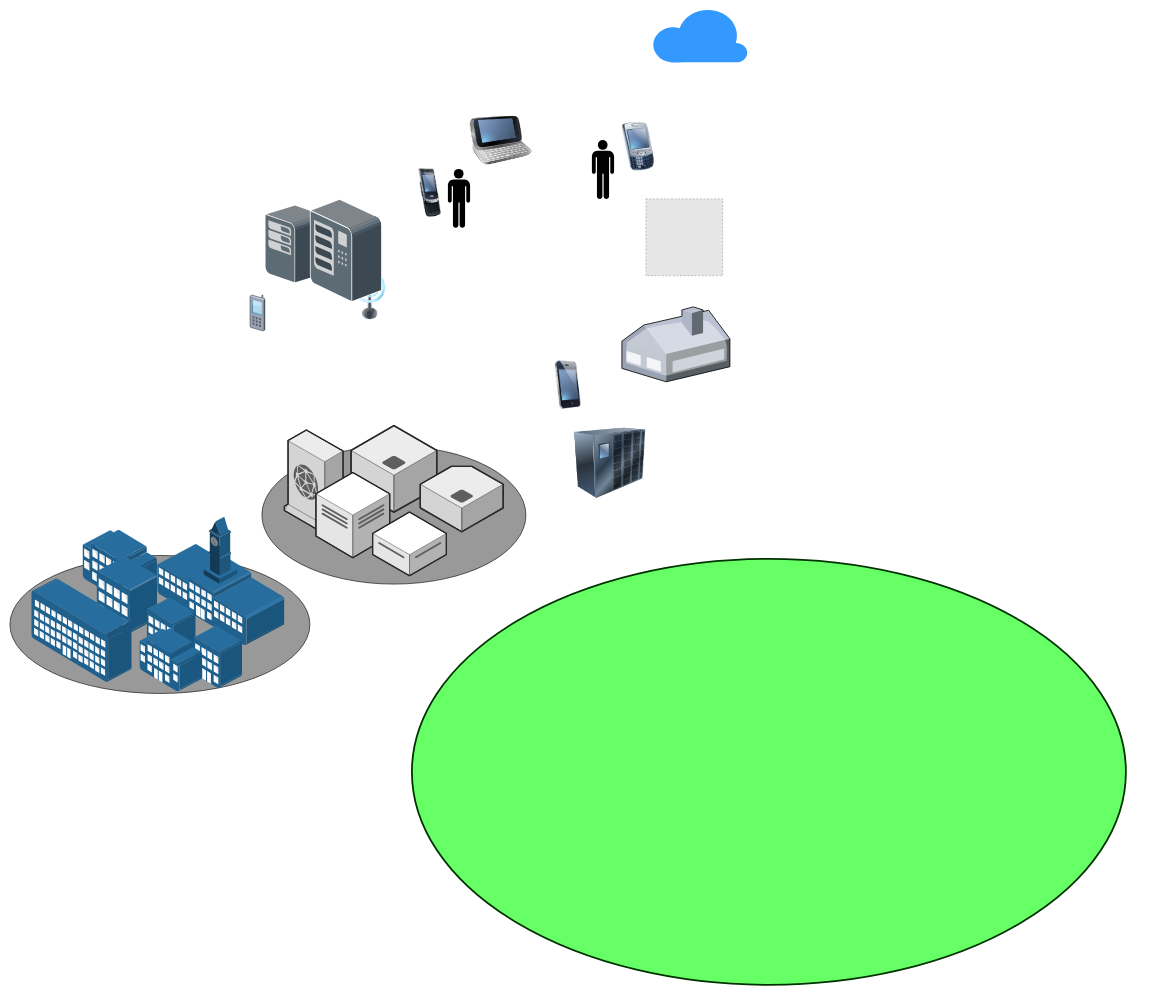
Above: 背景图1.drawio in awhitedog/figure (draw.io), before the change. Source tidied: cells renumbered, new cells numbered last; positions are measured from the earlier drawing's top-left corner, leaving out a move shared by most shapes. Both pictures are drawn from the tidied source at 60%, with x=0, y=0 at pixel (10, 7). Pictures stored in the file or linked from it are replaced by grey dashed boxes.
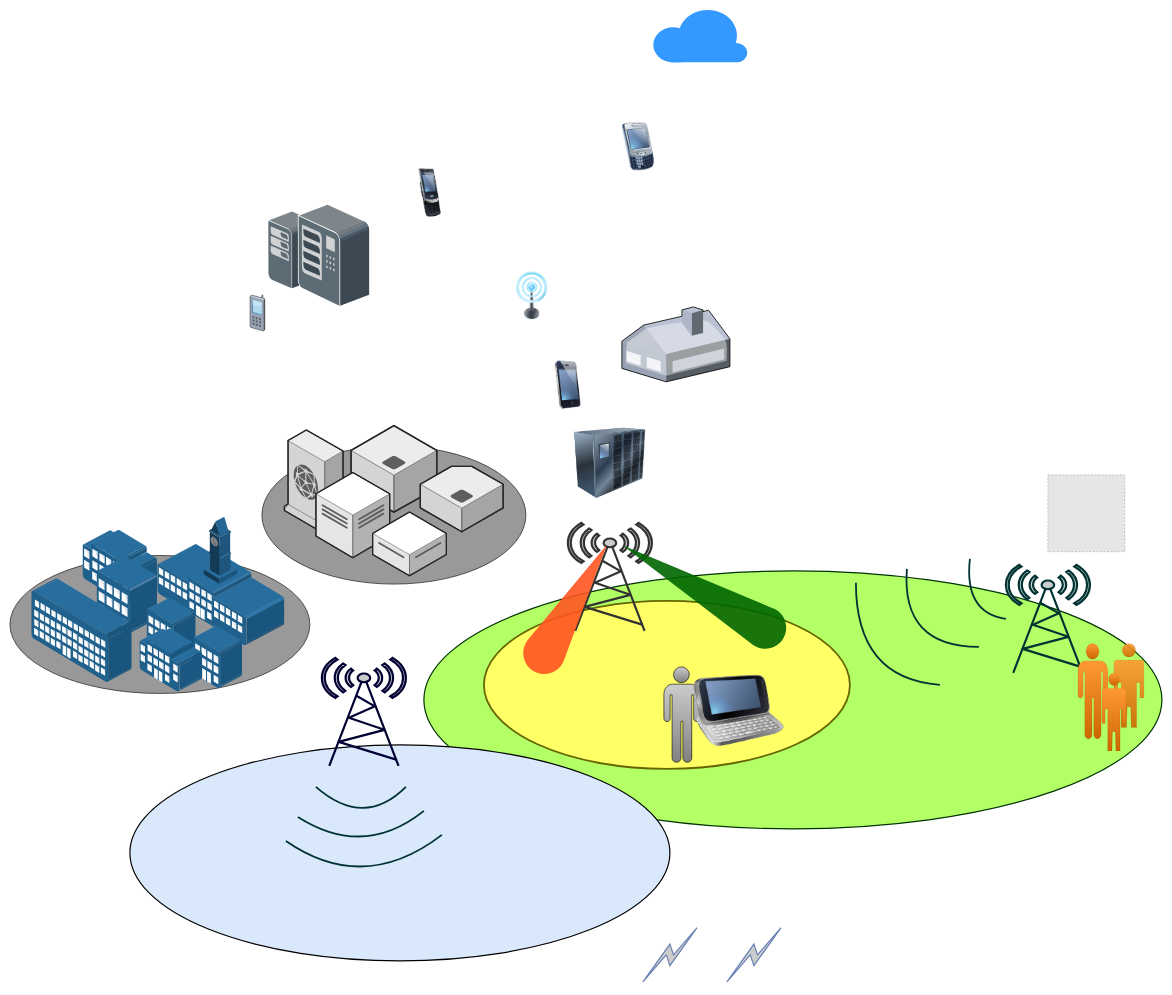
The same page after the edit.

The edit, as a diff of the source:
```diff
@@
-    <mxCell id="3" style="verticalLabelPosition=bottom;sketch=0;html=1;verticalAlign=top;strokeColor=none;align=center;shape=mxgraph.citrix.home_office;rounded=1;" parent="1" vertex="1">
+    <mxCell id="3" style="verticalLabelPosition=bottom;html=1;verticalAlign=top;strokeColor=none;align=center;shape=mxgraph.citrix.home_office;rounded=1;" parent="1" vertex="1">
       <mxGeometry x="1020" y="500" width="180" height="124.9" as="geometry" />
     </mxCell>
-    <mxCell id="4" style="fillColor=#E6E6E6;strokeColor=#999999;dashed=1;html=1;verticalAlign=top;verticalLabelPosition=bottom;labelBackgroundColor=#ffffff;" parent="1" vertex="1">
-      <mxGeometry x="1060" y="320" width="128" height="128" as="geometry" />
-    </mxCell>
-    <mxCell id="5" style="verticalLabelPosition=bottom;sketch=0;html=1;verticalAlign=top;strokeColor=none;align=center;shape=mxgraph.citrix.cell_phone;rounded=1;" parent="1" vertex="1">
+    <mxCell id="5" style="verticalLabelPosition=bottom;html=1;verticalAlign=top;strokeColor=none;align=center;shape=mxgraph.citrix.cell_phone;rounded=1;" parent="1" vertex="1">
       <mxGeometry x="400" y="480" width="25" height="60" as="geometry" />
     </mxCell>
@@
     <mxCell id="7" style="image;html=1;image=img/lib/clip_art/telecommunication/Signal_tower_on_128x128.png;rounded=1;" parent="1" vertex="1">
-      <mxGeometry x="560" y="440.8" width="80" height="80" as="geometry" />
+      <mxGeometry x="830" y="440.8" width="80" height="80" as="geometry" />
     </mxCell>
     <mxCell id="8" style="shadow=0;dashed=0;html=1;labelPosition=center;verticalLabelPosition=bottom;verticalAlign=top;align=center;shape=mxgraph.veeam.3d.esx_esxi;rounded=1;" parent="1" vertex="1">
-      <mxGeometry x="425" y="330" width="100" height="130" as="geometry" />
+      <mxGeometry x="430" y="340" width="80" height="130" as="geometry" />
     </mxCell>
     <mxCell id="9" style="shadow=0;dashed=0;html=1;labelPosition=center;verticalLabelPosition=bottom;verticalAlign=top;align=center;shape=mxgraph.veeam.3d.tape_library;rounded=1;" parent="1" vertex="1">
-      <mxGeometry x="500" y="320" width="120" height="172" as="geometry" />
+      <mxGeometry x="480" y="328" width="120" height="172" as="geometry" />
     </mxCell>
-    <mxCell id="10" style="shape=mxgraph.signs.people.man_1;html=1;fillColor=#000000;strokeColor=none;verticalLabelPosition=bottom;verticalAlign=top;align=center;rounded=1;" parent="1" vertex="1">
-      <mxGeometry x="730" y="270" width="37" height="98" as="geometry" />
-    </mxCell>
-    <mxCell id="11" style="shape=mxgraph.signs.people.man_1;html=1;fillColor=#000000;strokeColor=none;verticalLabelPosition=bottom;verticalAlign=top;align=center;rounded=1;" parent="1" vertex="1">
-      <mxGeometry x="970" y="222" width="37" height="98" as="geometry" />
-    </mxCell>
@@
-    <mxCell id="15" style="image;html=1;image=img/lib/clip_art/telecommunication/HTC_smartphone_128x128.png;fillColor=#3333FF;rounded=1;" parent="1" vertex="1">
-      <mxGeometry x="767" y="174.3" width="103" height="95.7" as="geometry" />
-    </mxCell>
@@
+    <mxCell id="31" style="html=1;outlineConnect=0;fillColor=#CCCCCC;strokeColor=#6881B3;gradientColor=none;gradientDirection=north;strokeWidth=2;shape=mxgraph.networks.comm_link_edge;html=1;rounded=1;" parent="1" edge="1">
+      <mxGeometry relative="1" as="geometry">
+        <mxPoint x="1190" y="1630" as="sourcePoint" />
+        <mxPoint x="1290" y="1530" as="targetPoint" />
+      </mxGeometry>
+    </mxCell>
+    <mxCell id="32" style="group;" parent="1" vertex="1">
+      <mxGeometry x="790" y="860" width="1190" height="590" as="geometry" />
+    </mxCell>
+    <mxCell id="33" style="ellipse;whiteSpace=wrap;html=1;rounded=1;strokeColor=#003300;strokeWidth=2;fillColor=#B3FF66;gradientColor=none;gradientDirection=south;" parent="32" vertex="1">
+      <mxGeometry x="-100" y="80" width="1230" height="430" as="geometry" />
+    </mxCell>
-    <mxCell id="30" style="ellipse;whiteSpace=wrap;html=1;rounded=1;sketch=0;strokeColor=#003300;fillColor=#66FF66;strokeWidth=3;" parent="1" vertex="1">
-      <mxGeometry x="670" y="920" width="1190" height="710" as="geometry" />
+    <mxCell id="30" style="ellipse;whiteSpace=wrap;html=1;rounded=1;strokeColor=#666600;fillColor=#FFFF66;strokeWidth=3;" parent="32" vertex="1">
+      <mxGeometry y="130" width="610" height="280" as="geometry" />
     </mxCell>
+    <mxCell id="34" style="fontColor=#0066CC;verticalAlign=top;verticalLabelPosition=bottom;labelPosition=center;align=center;html=1;fillColor=#CCCCCC;strokeColor=#333333;gradientColor=none;gradientDirection=north;strokeWidth=2;shape=mxgraph.networks.radio_tower;rounded=1;" parent="32" vertex="1">
+      <mxGeometry x="140" width="140" height="180" as="geometry" />
+    </mxCell>
+    <mxCell id="35" style="verticalLabelPosition=bottom;verticalAlign=top;html=1;shape=mxgraph.basic.drop;rounded=1;strokeColor=none;strokeWidth=3;fillColor=#006600;opacity=90;rotation=-60;" parent="32" vertex="1">
+      <mxGeometry x="330" y="-40" width="70" height="309.8" as="geometry" />
+    </mxCell>
+    <mxCell id="36" style="verticalLabelPosition=bottom;verticalAlign=top;html=1;shape=mxgraph.basic.drop;rounded=1;strokeColor=none;strokeWidth=3;fillColor=#FF5521;opacity=90;rotation=30;" parent="32" vertex="1">
+      <mxGeometry x="109" y="20" width="70" height="243.5" as="geometry" />
+    </mxCell>
+    <mxCell id="11" style="shape=mxgraph.signs.people.man_1;html=1;fillColor=#CCCCCC;strokeColor=default;verticalLabelPosition=bottom;verticalAlign=top;align=center;rounded=1;gradientColor=#808080;gradientDirection=south;" parent="32" vertex="1">
+      <mxGeometry x="300" y="240" width="60" height="159" as="geometry" />
+    </mxCell>
+    <mxCell id="15" style="image;html=1;image=img/lib/clip_art/telecommunication/HTC_smartphone_128x128.png;fillColor=#3333FF;rounded=1;" parent="32" vertex="1">
+      <mxGeometry x="350" y="240" width="150" height="145.5" as="geometry" />
+    </mxCell>
+    <mxCell id="37" style="endArrow=none;html=1;curved=1;strokeWidth=3;strokeColor=#003333;" parent="32" edge="1">
+      <mxGeometry relative="1" as="geometry">
+        <mxPoint x="760" y="269.8" as="sourcePoint" />
+        <mxPoint x="620" y="99.8" as="targetPoint" />
+        <Array as="points">
+          <mxPoint x="620" y="259.8" />
+        </Array>
+      </mxGeometry>
+    </mxCell>
+    <mxCell id="38" style="endArrow=none;html=1;curved=1;strokeWidth=3;strokeColor=#003333;" parent="32" edge="1">
+      <mxGeometry relative="1" as="geometry">
+        <mxPoint x="825" y="206.7" as="sourcePoint" />
+        <mxPoint x="705" y="76.7" as="targetPoint" />
+        <Array as="points">
+          <mxPoint x="695" y="206.7" />
+        </Array>
+      </mxGeometry>
+    </mxCell>
+    <mxCell id="4" style="fillColor=#E6E6E6;strokeColor=#999999;dashed=1;html=1;verticalAlign=top;verticalLabelPosition=bottom;labelBackgroundColor=#ffffff;" parent="32" vertex="1">
+      <mxGeometry x="940" y="-80" width="128" height="128" as="geometry" />
+    </mxCell>
+    <mxCell id="39" style="fontColor=#0066CC;verticalAlign=top;verticalLabelPosition=bottom;labelPosition=center;align=center;html=1;fillColor=#CCCCCC;strokeColor=#003333;gradientColor=none;gradientDirection=north;strokeWidth=2;shape=mxgraph.networks.radio_tower;rounded=1;" parent="1" vertex="1">
+      <mxGeometry x="1660" y="930" width="140" height="180" as="geometry" />
+    </mxCell>
+    <mxCell id="40" style="html=1;outlineConnect=0;fillColor=#CCCCCC;strokeColor=#6881B3;gradientColor=none;gradientDirection=north;strokeWidth=2;shape=mxgraph.networks.comm_link_edge;html=1;rounded=1;" parent="1" edge="1">
+      <mxGeometry relative="1" as="geometry">
+        <mxPoint x="1050" y="1630" as="sourcePoint" />
+        <mxPoint x="1150" y="1530" as="targetPoint" />
+        <Array as="points">
+          <mxPoint x="450" y="1850" />
+        </Array>
+      </mxGeometry>
+    </mxCell>
+    <mxCell id="41" style="endArrow=none;html=1;curved=1;strokeWidth=3;strokeColor=#003333;" parent="1" edge="1">
+      <mxGeometry relative="1" as="geometry">
+        <mxPoint x="1660" y="1020" as="sourcePoint" />
+        <mxPoint x="1600" y="920" as="targetPoint" />
+        <Array as="points">
+          <mxPoint x="1590" y="1010" />
+        </Array>
+      </mxGeometry>
+    </mxCell>
+    <mxCell id="42" style="shape=mxgraph.signs.people.man_1;html=1;fillColor=#FF9933;strokeColor=default;verticalLabelPosition=bottom;verticalAlign=top;align=center;rounded=1;strokeWidth=0;gradientColor=#CC6600;gradientDirection=south;" parent="1" vertex="1">
+      <mxGeometry x="1780" y="1061" width="50" height="159" as="geometry" />
+    </mxCell>
+    <mxCell id="43" style="shape=mxgraph.signs.people.man_2;html=1;fillColor=#FF9933;strokeColor=default;verticalLabelPosition=bottom;verticalAlign=top;align=center;rounded=1;strokeWidth=0;opacity=90;gradientColor=#CC6600;gradientDirection=south;" parent="1" vertex="1">
+      <mxGeometry x="1840" y="1061" width="50" height="140" as="geometry" />
+    </mxCell>
+    <mxCell id="44" style="shape=mxgraph.signs.people.man_2;html=1;fillColor=#FF9933;strokeColor=default;verticalLabelPosition=bottom;verticalAlign=top;align=center;rounded=1;strokeWidth=0;gradientColor=#CC6600;gradientDirection=south;" parent="1" vertex="1">
+      <mxGeometry x="1820" y="1110" width="40" height="130" as="geometry" />
+    </mxCell>
+    <mxCell id="45" style="ellipse;whiteSpace=wrap;html=1;hachureGap=4;fontFamily=Architects Daughter;fontSize=20;fillColor=#dae8fc;strokeColor=#000000;strokeWidth=2;" parent="1" vertex="1">
+      <mxGeometry x="200" y="1230" width="900" height="360" as="geometry" />
+    </mxCell>
+    <mxCell id="46" style="fontColor=#0066CC;verticalAlign=top;verticalLabelPosition=bottom;labelPosition=center;align=center;html=1;fillColor=#CCCCCC;strokeColor=#000033;gradientColor=none;gradientDirection=north;strokeWidth=2;shape=mxgraph.networks.radio_tower;rounded=1;" parent="1" vertex="1">
+      <mxGeometry x="520" y="1085" width="140" height="180" as="geometry" />
+    </mxCell>
+    <mxCell id="47" style="endArrow=none;html=1;curved=1;strokeWidth=3;strokeColor=#003333;" parent="1" edge="1">
+      <mxGeometry relative="1" as="geometry">
+        <mxPoint x="510" y="1300" as="sourcePoint" />
+        <mxPoint x="660" y="1300" as="targetPoint" />
+        <Array as="points">
+          <mxPoint x="590" y="1370" />
+        </Array>
+      </mxGeometry>
+    </mxCell>
+    <mxCell id="48" style="endArrow=none;html=1;curved=1;strokeWidth=3;strokeColor=#003333;" parent="1" edge="1">
+      <mxGeometry relative="1" as="geometry">
+        <mxPoint x="480" y="1350" as="sourcePoint" />
+        <mxPoint x="690" y="1340" as="targetPoint" />
+        <Array as="points">
+          <mxPoint x="590" y="1420" />
+        </Array>
+      </mxGeometry>
+    </mxCell>
+    <mxCell id="49" style="endArrow=none;html=1;curved=1;strokeWidth=3;strokeColor=#003333;" parent="1" edge="1">
+      <mxGeometry relative="1" as="geometry">
+        <mxPoint x="460" y="1390" as="sourcePoint" />
+        <mxPoint x="720" y="1380" as="targetPoint" />
+        <Array as="points">
+          <mxPoint x="590" y="1480" />
+        </Array>
+      </mxGeometry>
+    </mxCell>
```
